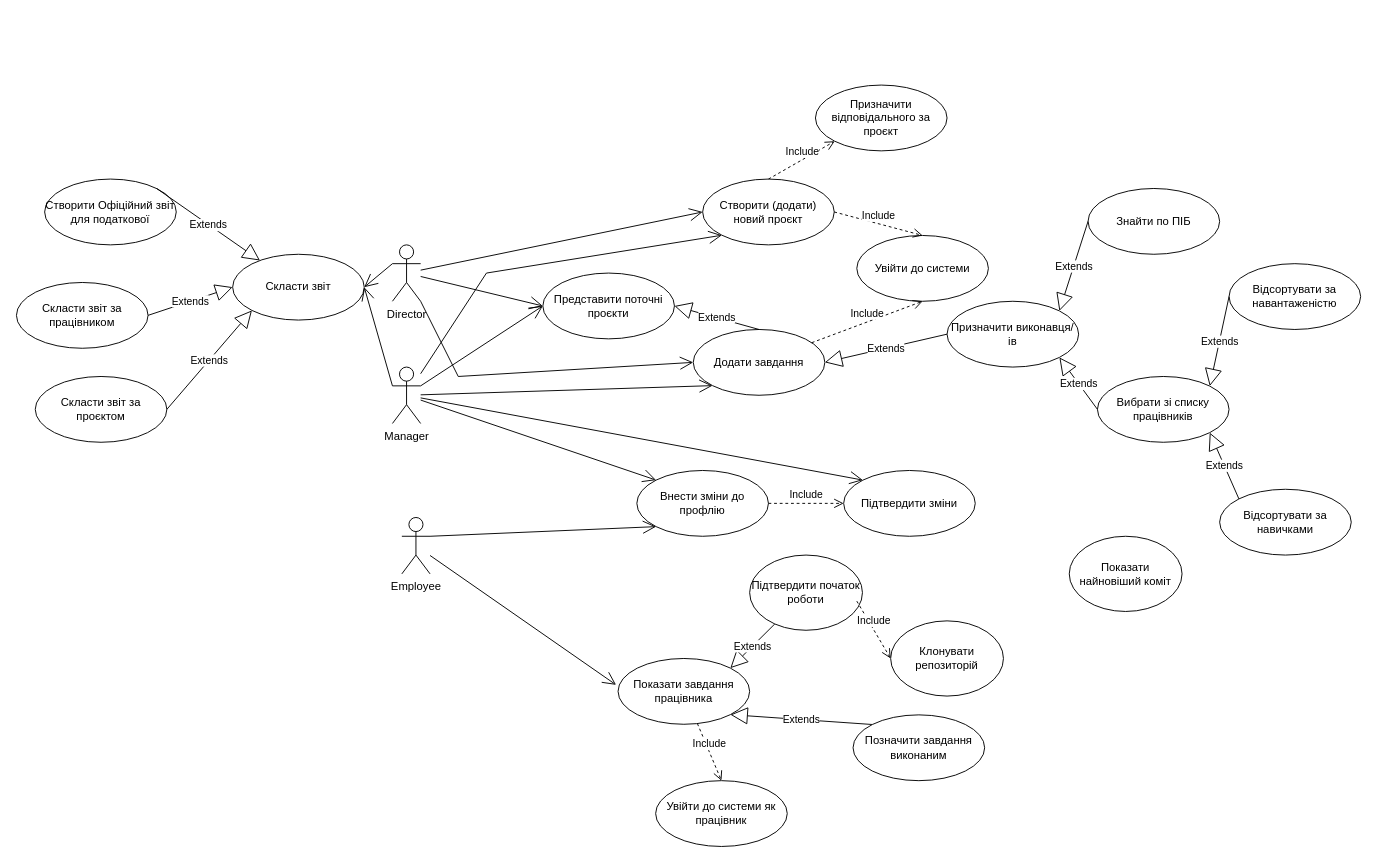
OleksandrPanasenko/AIS_projects-for-university- keeps this draw.io diagram as Діаграма без назви.drawio. Above is the earlier version. Source tidied: cells renumbered, new cells numbered last; positions are measured from the earlier drawing's top-left corner, leaving out a move shared by most shapes. Both pictures are drawn from the tidied source at 94%, with x=0, y=0 at pixel (16, 85).
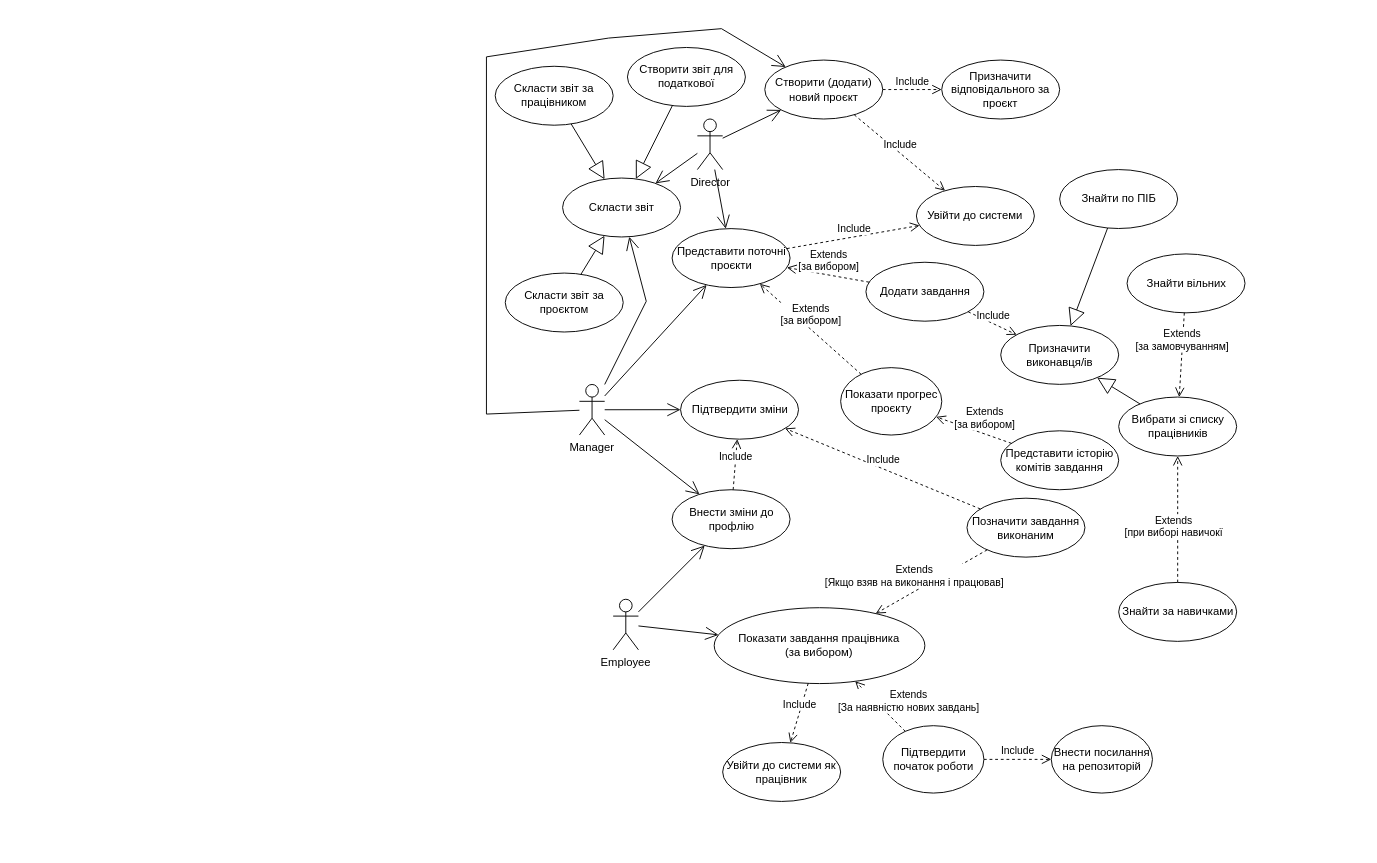
The same page after the edit.

Commit message:
Передфінальна версія

What changed in the source:
```diff
@@
     <mxCell id="2" value="Employee" style="shape=umlActor;verticalLabelPosition=bottom;verticalAlign=top;html=1;outlineConnect=0;" parent="1" vertex="1">
-      <mxGeometry x="410" y="460" width="30" height="60" as="geometry" />
+      <mxGeometry x="634.8" y="547" width="26.9" height="53.8" as="geometry" />
     </mxCell>
     <mxCell id="3" value="Manager" style="shape=umlActor;verticalLabelPosition=bottom;verticalAlign=top;html=1;outlineConnect=0;" parent="1" vertex="1">
-      <mxGeometry x="400" y="300" width="30" height="60" as="geometry" />
+      <mxGeometry x="598.9" y="318.5" width="26.9" height="53.8" as="geometry" />
     </mxCell>
     <mxCell id="4" value="Director" style="shape=umlActor;verticalLabelPosition=bottom;verticalAlign=top;html=1;outlineConnect=0;" parent="1" vertex="1">
-      <mxGeometry x="400" y="170" width="30" height="60" as="geometry" />
+      <mxGeometry x="724.4" y="36.1" width="26.9" height="53.8" as="geometry" />
     </mxCell>
     <mxCell id="5" value="Створити (додати) новий проєкт" style="ellipse;whiteSpace=wrap;html=1;" parent="1" vertex="1">
-      <mxGeometry x="730" y="100" width="140" height="70" as="geometry" />
+      <mxGeometry x="796.1" y="-26.6" width="125.5" height="62.7" as="geometry" />
     </mxCell>
     <mxCell id="6" value="Увійти до системи" style="ellipse;whiteSpace=wrap;html=1;" parent="1" vertex="1">
-      <mxGeometry x="894" y="160" width="140" height="70" as="geometry" />
+      <mxGeometry x="957.4" y="107.9" width="125.5" height="62.7" as="geometry" />
     </mxCell>
-    <mxCell id="7" value="Include" style="html=1;verticalAlign=bottom;endArrow=open;dashed=1;endSize=8;curved=0;rounded=0;exitX=1;exitY=0.5;exitDx=0;exitDy=0;entryX=0.5;entryY=0;entryDx=0;entryDy=0;" parent="1" edge="1" source="5" target="6">
+    <mxCell id="7" value="Include" style="html=1;verticalAlign=bottom;endArrow=open;dashed=1;endSize=8;curved=0;rounded=0;" parent="1" edge="1" source="5" target="6">
       <mxGeometry relative="1" as="geometry" />
     </mxCell>
     <mxCell id="8" value="Додати завдання" style="ellipse;whiteSpace=wrap;html=1;" parent="1" vertex="1">
-      <mxGeometry x="720" y="260" width="140" height="70" as="geometry" />
+      <mxGeometry x="903.7" y="188.5" width="125.5" height="62.7" as="geometry" />
     </mxCell>
-    <mxCell id="9" value="Показати завдання працівника" style="ellipse;whiteSpace=wrap;html=1;" parent="1" vertex="1">
-      <mxGeometry x="640" y="610" width="140" height="70" as="geometry" />
+    <mxCell id="9" value="Показати завдання працівника&lt;br&gt;(за вибором)" style="ellipse;whiteSpace=wrap;html=1;" parent="1" vertex="1">
+      <mxGeometry x="742.3" y="556" width="224.1" height="80.7" as="geometry" />
     </mxCell>
     <mxCell id="10" value="Внести зміни до профлію" style="ellipse;whiteSpace=wrap;html=1;" parent="1" vertex="1">
-      <mxGeometry x="660" y="410" width="140" height="70" as="geometry" />
+      <mxGeometry x="697.5" y="430.5" width="125.5" height="62.7" as="geometry" />
     </mxCell>
-    <mxCell id="11" value="Include" style="html=1;verticalAlign=bottom;endArrow=open;dashed=1;endSize=8;curved=0;rounded=0;entryX=0.5;entryY=1;entryDx=0;entryDy=0;" parent="1" edge="1" source="8" target="6">
+    <mxCell id="11" value="Include" style="html=1;verticalAlign=bottom;endArrow=open;dashed=1;endSize=8;curved=0;rounded=0;" parent="1" edge="1" source="13" target="6">
       <mxGeometry relative="1" as="geometry" />
     </mxCell>
     <mxCell id="12" value="Підтвердити зміни" style="ellipse;whiteSpace=wrap;html=1;" parent="1" vertex="1">
-      <mxGeometry x="880" y="410" width="140" height="70" as="geometry" />
+      <mxGeometry x="706.5" y="314" width="125.5" height="62.7" as="geometry" />
     </mxCell>
     <mxCell id="13" value="Представити поточні проєкти" style="ellipse;whiteSpace=wrap;html=1;" parent="1" vertex="1">
-      <mxGeometry x="560" y="200" width="140" height="70" as="geometry" />
+      <mxGeometry x="697.5" y="152.7" width="125.5" height="62.7" as="geometry" />
     </mxCell>
-    <mxCell id="14" style="endArrow=open;endFill=1;endSize=12;html=1;rounded=0;entryX=0;entryY=0.5;entryDx=0;entryDy=0;" parent="1" edge="1" source="4" target="5">
+    <mxCell id="14" style="endArrow=open;endFill=1;endSize=12;html=1;rounded=0;" parent="1" edge="1" source="4" target="5">
       <mxGeometry relative="1" as="geometry" />
     </mxCell>
-    <mxCell id="15" style="endArrow=open;endFill=1;endSize=12;html=1;rounded=0;entryX=0;entryY=0.5;entryDx=0;entryDy=0;" parent="1" edge="1" source="4" target="8">
-      <mxGeometry relative="1" as="geometry">
-        <Array as="points">
-          <mxPoint x="470" y="310" />
-        </Array>
-      </mxGeometry>
-    </mxCell>
-    <mxCell id="16" style="endArrow=open;endFill=1;endSize=12;html=1;rounded=0;entryX=0;entryY=1;entryDx=0;entryDy=0;" parent="1" edge="1" source="3" target="5">
+    <mxCell id="16" style="endArrow=open;endFill=1;endSize=12;html=1;rounded=0;" parent="1" edge="1" source="3" target="5">
       <mxGeometry relative="1" as="geometry">
         <Array as="points">
-          <mxPoint x="500" y="200" />
+          <mxPoint x="500" y="350" />
+          <mxPoint x="500" y="-30" />
+          <mxPoint x="630" y="-50" />
+          <mxPoint x="750" y="-60" />
         </Array>
       </mxGeometry>
     </mxCell>
-    <mxCell id="17" style="endArrow=open;endFill=1;endSize=12;html=1;rounded=0;entryX=0;entryY=1;entryDx=0;entryDy=0;" parent="1" edge="1" source="3" target="8">
-      <mxGeometry relative="1" as="geometry" />
-    </mxCell>
     <mxCell id="18" value="Призначити відповідального за проєкт" style="ellipse;whiteSpace=wrap;html=1;" parent="1" vertex="1">
-      <mxGeometry x="850" width="140" height="70" as="geometry" />
+      <mxGeometry x="984.3" y="-26.6" width="125.5" height="62.7" as="geometry" />
     </mxCell>
-    <mxCell id="19" value="Include" style="html=1;verticalAlign=bottom;endArrow=open;dashed=1;endSize=8;curved=0;rounded=0;exitX=0.5;exitY=0;exitDx=0;exitDy=0;entryX=0;entryY=1;entryDx=0;entryDy=0;" parent="1" edge="1" source="5" target="18">
+    <mxCell id="19" value="Include" style="html=1;verticalAlign=bottom;endArrow=open;dashed=1;endSize=8;curved=0;rounded=0;" parent="1" edge="1" source="5" target="18">
       <mxGeometry relative="1" as="geometry" />
     </mxCell>
     <mxCell id="20" value="Увійти до системи як працівник" style="ellipse;whiteSpace=wrap;html=1;" parent="1" vertex="1">
-      <mxGeometry x="680" y="740" width="140" height="70" as="geometry" />
+      <mxGeometry x="751.3" y="699.4" width="125.5" height="62.7" as="geometry" />
     </mxCell>
-    <mxCell id="21" value="Include" style="html=1;verticalAlign=bottom;endArrow=open;dashed=1;endSize=8;curved=0;rounded=0;entryX=0.5;entryY=0;entryDx=0;entryDy=0;" parent="1" edge="1" source="9" target="20">
+    <mxCell id="21" value="Include" style="html=1;verticalAlign=bottom;endArrow=open;dashed=1;endSize=8;curved=0;rounded=0;" parent="1" edge="1" source="9" target="20">
       <mxGeometry relative="1" as="geometry" />
     </mxCell>
-    <mxCell id="22" style="endArrow=open;endFill=1;endSize=12;html=1;rounded=0;entryX=0;entryY=0;entryDx=0;entryDy=0;" parent="1" edge="1" source="3" target="12">
+    <mxCell id="22" style="endArrow=open;endFill=1;endSize=12;html=1;rounded=0;" parent="1" edge="1" source="3" target="12">
       <mxGeometry relative="1" as="geometry" />
     </mxCell>
-    <mxCell id="23" style="endArrow=open;endFill=1;endSize=12;html=1;rounded=0;entryX=0;entryY=0;entryDx=0;entryDy=0;" parent="1" edge="1" source="3" target="10">
+    <mxCell id="23" style="endArrow=open;endFill=1;endSize=12;html=1;rounded=0;" parent="1" edge="1" source="3" target="10">
       <mxGeometry relative="1" as="geometry" />
     </mxCell>
-    <mxCell id="24" style="endArrow=open;endFill=1;endSize=12;html=1;rounded=0;entryX=-0.015;entryY=0.401;entryDx=0;entryDy=0;entryPerimeter=0;" parent="1" edge="1" source="2" target="9">
+    <mxCell id="24" style="endArrow=open;endFill=1;endSize=12;html=1;rounded=0;" parent="1" edge="1" source="2" target="9">
       <mxGeometry relative="1" as="geometry" />
     </mxCell>
-    <mxCell id="25" value="Include" style="html=1;verticalAlign=bottom;endArrow=open;dashed=1;endSize=8;curved=0;rounded=0;entryX=0;entryY=0.5;entryDx=0;entryDy=0;exitX=1;exitY=0.5;exitDx=0;exitDy=0;" parent="1" edge="1" source="10" target="12">
+    <mxCell id="25" value="Include" style="html=1;verticalAlign=bottom;endArrow=open;dashed=1;endSize=8;curved=0;rounded=0;" parent="1" edge="1" source="10" target="12">
       <mxGeometry relative="1" as="geometry" />
     </mxCell>
-    <mxCell id="26" style="endArrow=open;endFill=1;endSize=12;html=1;rounded=0;entryX=0;entryY=1;entryDx=0;entryDy=0;exitX=1;exitY=0.3333333333333333;exitDx=0;exitDy=0;exitPerimeter=0;" parent="1" edge="1" source="2" target="10">
+    <mxCell id="26" style="endArrow=open;endFill=1;endSize=12;html=1;rounded=0;" parent="1" edge="1" source="2" target="10">
       <mxGeometry relative="1" as="geometry" />
     </mxCell>
     <mxCell id="27" value="Призначити виконавця/ів" style="ellipse;whiteSpace=wrap;html=1;" parent="1" vertex="1">
-      <mxGeometry x="990" y="230" width="140" height="70" as="geometry" />
+      <mxGeometry x="1047.1" y="255.7" width="125.5" height="62.7" as="geometry" />
     </mxCell>
-    <mxCell id="28" value="Extends" style="endArrow=block;endSize=16;endFill=0;html=1;rounded=0;entryX=1;entryY=1;entryDx=0;entryDy=0;exitX=0;exitY=0;exitDx=0;exitDy=0;" parent="1" edge="1" source="29" target="9">
-      <mxGeometry relative="1" as="geometry" />
-    </mxCell>
     <mxCell id="29" value="Позначити завдання виконаним" style="ellipse;whiteSpace=wrap;html=1;" parent="1" vertex="1">
-      <mxGeometry x="890" y="670" width="140" height="70" as="geometry" />
+      <mxGeometry x="1011.2" y="439.5" width="125.5" height="62.7" as="geometry" />
     </mxCell>
-    <mxCell id="30" value="Створити Офіційний звіт для податкової" style="ellipse;whiteSpace=wrap;html=1;" parent="1" vertex="1">
-      <mxGeometry x="30" y="100" width="140" height="70" as="geometry" />
+    <mxCell id="30" value="Створити звіт для податкової" style="ellipse;whiteSpace=wrap;html=1;" parent="1" vertex="1">
+      <mxGeometry x="650" y="-40" width="125.5" height="62.7" as="geometry" />
     </mxCell>
     <mxCell id="31" value="Скласти звіт за проєктом" style="ellipse;whiteSpace=wrap;html=1;" parent="1" vertex="1">
-      <mxGeometry x="20" y="310" width="140" height="70" as="geometry" />
+      <mxGeometry x="520" y="200" width="125.5" height="62.7" as="geometry" />
     </mxCell>
     <mxCell id="32" value="Скласти звіт за працівником" style="ellipse;whiteSpace=wrap;html=1;" parent="1" vertex="1">
-      <mxGeometry y="210" width="140" height="70" as="geometry" />
+      <mxGeometry x="509.3" y="-20" width="125.5" height="62.7" as="geometry" />
     </mxCell>
     <mxCell id="33" value="Знайти по ПІБ" style="ellipse;whiteSpace=wrap;html=1;" parent="1" vertex="1">
-      <mxGeometry x="1140" y="110" width="140" height="70" as="geometry" />
+      <mxGeometry x="1109.8" y="89.9" width="125.5" height="62.7" as="geometry" />
     </mxCell>
     <mxCell id="34" value="Вибрати зі списку працівників" style="ellipse;whiteSpace=wrap;html=1;" parent="1" vertex="1">
-      <mxGeometry x="1150" y="310" width="140" height="70" as="geometry" />
+      <mxGeometry x="1172.6" y="331.9" width="125.5" height="62.7" as="geometry" />
     </mxCell>
-    <mxCell id="35" value="Відсортувати за навантаженістю" style="ellipse;whiteSpace=wrap;html=1;" parent="1" vertex="1">
-      <mxGeometry x="1290" y="190" width="140" height="70" as="geometry" />
+    <mxCell id="35" value="Знайти вільних" style="ellipse;whiteSpace=wrap;html=1;" parent="1" vertex="1">
+      <mxGeometry x="1181.5" y="179.6" width="125.5" height="62.7" as="geometry" />
     </mxCell>
-    <mxCell id="36" value="Відсортувати за навичками" style="ellipse;whiteSpace=wrap;html=1;" parent="1" vertex="1">
-      <mxGeometry x="1280" y="430" width="140" height="70" as="geometry" />
+    <mxCell id="36" value="Знайти за навичками" style="ellipse;whiteSpace=wrap;html=1;" parent="1" vertex="1">
+      <mxGeometry x="1172.6" y="529.1" width="125.5" height="62.7" as="geometry" />
     </mxCell>
-    <mxCell id="37" value="Extends" style="endArrow=block;endSize=16;endFill=0;html=1;rounded=0;entryX=1;entryY=1;entryDx=0;entryDy=0;exitX=0;exitY=0;exitDx=0;exitDy=0;" parent="1" edge="1" source="36" target="34">
-      <mxGeometry relative="1" as="geometry" />
-    </mxCell>
-    <mxCell id="38" value="Extends" style="endArrow=block;endSize=16;endFill=0;html=1;rounded=0;entryX=1;entryY=0;entryDx=0;entryDy=0;exitX=0;exitY=0.5;exitDx=0;exitDy=0;" parent="1" edge="1" source="35" target="34">
-      <mxGeometry relative="1" as="geometry" />
-    </mxCell>
-    <mxCell id="39" value="Extends" style="endArrow=block;endSize=16;endFill=0;html=1;rounded=0;entryX=1;entryY=0;entryDx=0;entryDy=0;exitX=0;exitY=0.5;exitDx=0;exitDy=0;" parent="1" edge="1" source="33" target="27">
+    <mxCell id="39" style="endArrow=block;endSize=16;endFill=0;html=1;rounded=0;" parent="1" edge="1" source="33" target="27">
       <mxGeometry relative="1" as="geometry" />
     </mxCell>
-    <mxCell id="40" value="Extends" style="endArrow=block;endSize=16;endFill=0;html=1;rounded=0;entryX=1;entryY=1;entryDx=0;entryDy=0;exitX=0;exitY=0.5;exitDx=0;exitDy=0;" parent="1" edge="1" source="34" target="27">
+    <mxCell id="40" style="endArrow=block;endSize=16;endFill=0;html=1;rounded=0;" parent="1" edge="1" source="34" target="27">
       <mxGeometry relative="1" as="geometry" />
     </mxCell>
     <mxCell id="41" value="Скласти звіт" style="ellipse;whiteSpace=wrap;html=1;" parent="1" vertex="1">
-      <mxGeometry x="230" y="180" width="140" height="70" as="geometry" />
+      <mxGeometry x="581" y="98.9" width="125.5" height="62.7" as="geometry" />
     </mxCell>
-    <mxCell id="42" style="endArrow=open;endFill=1;endSize=12;html=1;rounded=0;entryX=1;entryY=0.5;entryDx=0;entryDy=0;exitX=0;exitY=0.3333333333333333;exitDx=0;exitDy=0;exitPerimeter=0;" parent="1" edge="1" source="3" target="41">
-      <mxGeometry relative="1" as="geometry" />
+    <mxCell id="42" style="endArrow=open;endFill=1;endSize=12;html=1;rounded=0;" parent="1" edge="1" source="3" target="41">
+      <mxGeometry relative="1" as="geometry">
+        <Array as="points">
+          <mxPoint x="670" y="230" />
+        </Array>
+      </mxGeometry>
     </mxCell>
-    <mxCell id="43" style="endArrow=open;endFill=1;endSize=12;html=1;rounded=0;entryX=1;entryY=0.5;entryDx=0;entryDy=0;exitX=0;exitY=0.3333333333333333;exitDx=0;exitDy=0;exitPerimeter=0;" parent="1" edge="1" source="4" target="41">
+    <mxCell id="43" style="endArrow=open;endFill=1;endSize=12;html=1;rounded=0;" parent="1" edge="1" source="4" target="41">
       <mxGeometry relative="1" as="geometry" />
     </mxCell>
-    <mxCell id="44" value="Extends" style="endArrow=block;endSize=16;endFill=0;html=1;rounded=0;exitX=1;exitY=0.5;exitDx=0;exitDy=0;entryX=0;entryY=0.5;entryDx=0;entryDy=0;" parent="1" edge="1" source="32" target="41">
+    <mxCell id="44" style="endArrow=block;endSize=16;endFill=0;html=1;rounded=0;" parent="1" edge="1" source="32" target="41">
       <mxGeometry relative="1" as="geometry" />
     </mxCell>
-    <mxCell id="45" value="Extends" style="endArrow=block;endSize=16;endFill=0;html=1;rounded=0;exitX=1;exitY=0.5;exitDx=0;exitDy=0;entryX=0;entryY=1;entryDx=0;entryDy=0;" parent="1" edge="1" source="31" target="41">
+    <mxCell id="45" style="endArrow=block;endSize=16;endFill=0;html=1;rounded=0;" parent="1" edge="1" source="31" target="41">
       <mxGeometry relative="1" as="geometry" />
     </mxCell>
-    <mxCell id="46" value="Extends" style="endArrow=block;endSize=16;endFill=0;html=1;rounded=0;exitX=1;exitY=0;exitDx=0;exitDy=0;" parent="1" edge="1" source="30" target="41">
+    <mxCell id="46" style="endArrow=block;endSize=16;endFill=0;html=1;rounded=0;" parent="1" edge="1" source="30" target="41">
       <mxGeometry relative="1" as="geometry" />
     </mxCell>
-    <mxCell id="47" style="endArrow=open;endFill=1;endSize=12;html=1;rounded=0;entryX=0;entryY=0.5;entryDx=0;entryDy=0;" parent="1" edge="1" source="4" target="13">
+    <mxCell id="47" style="endArrow=open;endFill=1;endSize=12;html=1;rounded=0;" parent="1" edge="1" source="4" target="13">
       <mxGeometry relative="1" as="geometry" />
     </mxCell>
-    <mxCell id="48" style="endArrow=open;endFill=1;endSize=12;html=1;rounded=0;exitX=1;exitY=0.3333333333333333;exitDx=0;exitDy=0;exitPerimeter=0;entryX=0;entryY=0.5;entryDx=0;entryDy=0;" parent="1" edge="1" source="3" target="13">
+    <mxCell id="48" style="endArrow=open;endFill=1;endSize=12;html=1;rounded=0;" parent="1" edge="1" source="3" target="13">
       <mxGeometry relative="1" as="geometry" />
     </mxCell>
-    <mxCell id="49" value="Extends" style="endArrow=block;endSize=16;endFill=0;html=1;rounded=0;entryX=1;entryY=0.5;entryDx=0;entryDy=0;exitX=0.5;exitY=0;exitDx=0;exitDy=0;" parent="1" edge="1" source="8" target="13">
-      <mxGeometry relative="1" as="geometry" />
-    </mxCell>
-    <mxCell id="50" value="Extends" style="endArrow=block;endSize=16;endFill=0;html=1;rounded=0;entryX=1;entryY=0.5;entryDx=0;entryDy=0;exitX=0;exitY=0.5;exitDx=0;exitDy=0;" parent="1" edge="1" source="27" target="8">
-      <mxGeometry relative="1" as="geometry" />
-    </mxCell>
-    <mxCell id="51" value="Показати найновіший коміт" style="ellipse;whiteSpace=wrap;html=1;" parent="1" vertex="1">
-      <mxGeometry x="1120" y="480" width="120" height="80" as="geometry" />
+    <mxCell id="51" value="Показати прогрес проєкту" style="ellipse;whiteSpace=wrap;html=1;" parent="1" vertex="1">
+      <mxGeometry x="876.8" y="300.6" width="107.6" height="71.7" as="geometry" />
     </mxCell>
     <mxCell id="52" value="Підтвердити початок роботи" style="ellipse;whiteSpace=wrap;html=1;" parent="1" vertex="1">
-      <mxGeometry x="780" y="500" width="120" height="80" as="geometry" />
+      <mxGeometry x="921.6" y="681.5" width="107.6" height="71.7" as="geometry" />
     </mxCell>
-    <mxCell id="53" value="Клонувати репозиторій" style="ellipse;whiteSpace=wrap;html=1;" parent="1" vertex="1">
-      <mxGeometry x="930" y="570" width="120" height="80" as="geometry" />
+    <mxCell id="53" value="Внести посилання на репозиторій" style="ellipse;whiteSpace=wrap;html=1;" parent="1" vertex="1">
+      <mxGeometry x="1100.9" y="681.5" width="107.6" height="71.7" as="geometry" />
     </mxCell>
+    <mxCell id="55" value="Include" style="html=1;verticalAlign=bottom;endArrow=open;dashed=1;endSize=8;curved=0;rounded=0;" parent="1" edge="1" source="52" target="53">
+      <mxGeometry relative="1" as="geometry" />
+    </mxCell>
+    <mxCell id="37" value="Extends&lt;br&gt;[при виборі навичокї" style="html=1;verticalAlign=bottom;endArrow=open;dashed=1;endSize=8;curved=0;rounded=0;" parent="1" edge="1" source="36" target="34">
+      <mxGeometry x="-0.35" y="4" relative="1" as="geometry" />
+    </mxCell>
+    <mxCell id="38" value="Extends&lt;br style=&quot;border-color: var(--border-color);&quot;&gt;[за замовчуванням]" style="html=1;verticalAlign=bottom;endArrow=open;dashed=1;endSize=8;curved=0;rounded=0;" parent="1" edge="1" source="35" target="34">
+      <mxGeometry relative="1" as="geometry" />
+    </mxCell>
+    <mxCell id="56" value="Include" style="html=1;verticalAlign=bottom;endArrow=open;dashed=1;endSize=8;curved=0;rounded=0;" parent="1" edge="1" source="8" target="27">
+      <mxGeometry relative="1" as="geometry" />
+    </mxCell>
+    <mxCell id="49" value="Extends&lt;br style=&quot;border-color: var(--border-color);&quot;&gt;[за вибором]" style="html=1;verticalAlign=bottom;endArrow=open;dashed=1;endSize=8;curved=0;rounded=0;" parent="1" edge="1" source="8" target="13">
+      <mxGeometry relative="1" as="geometry" />
+    </mxCell>
-    <mxCell id="54" value="Extends" style="endArrow=block;endSize=16;endFill=0;html=1;rounded=0;entryX=1;entryY=0;entryDx=0;entryDy=0;" parent="1" edge="1" source="52" target="9">
-      <mxGeometry relative="1" as="geometry" />
+    <mxCell id="54" value="Extends&lt;br&gt;[За наявністю нових завдань]" style="html=1;verticalAlign=bottom;endArrow=open;dashed=1;endSize=8;curved=0;rounded=0;" parent="1" edge="1" source="52" target="9">
+      <mxGeometry x="-0.77" y="-14" relative="1" as="geometry" />
     </mxCell>
-    <mxCell id="55" value="Include" style="html=1;verticalAlign=bottom;endArrow=open;dashed=1;endSize=8;curved=0;rounded=0;entryX=0;entryY=0.5;entryDx=0;entryDy=0;" parent="1" edge="1" target="53">
-      <mxGeometry relative="1" as="geometry">
-        <mxPoint x="894" y="549" as="sourcePoint" />
-      </mxGeometry>
-    </mxCell>
+    <mxCell id="57" value="Представити історію комітів завдання" style="ellipse;whiteSpace=wrap;html=1;" parent="1" vertex="1">
+      <mxGeometry x="1047.1" y="367.8" width="125.5" height="62.7" as="geometry" />
+    </mxCell>
+    <mxCell id="58" value="Extends&lt;br&gt;[за вибором]" style="html=1;verticalAlign=bottom;endArrow=open;dashed=1;endSize=8;curved=0;rounded=0;" parent="1" edge="1" source="51" target="13">
+      <mxGeometry relative="1" as="geometry" />
+    </mxCell>
+    <mxCell id="59" value="Extends&lt;br style=&quot;border-color: var(--border-color);&quot;&gt;[за вибором]" style="html=1;verticalAlign=bottom;endArrow=open;dashed=1;endSize=8;curved=0;rounded=0;" parent="1" edge="1" source="57" target="51">
+      <mxGeometry x="-0.28" y="-1" relative="1" as="geometry" />
+    </mxCell>
+    <mxCell id="28" value="Extends&lt;br&gt;[Якщо взяв на виконання і працював]" style="html=1;verticalAlign=bottom;endArrow=open;dashed=1;endSize=8;curved=0;rounded=0;" parent="1" edge="1" source="29" target="9">
+      <mxGeometry x="0.3" y="-1" relative="1" as="geometry" />
+    </mxCell>
+    <mxCell id="60" value="Include" style="html=1;verticalAlign=bottom;endArrow=open;dashed=1;endSize=8;curved=0;rounded=0;" parent="1" edge="1" source="29" target="12">
+      <mxGeometry relative="1" as="geometry" />
+    </mxCell>
```
